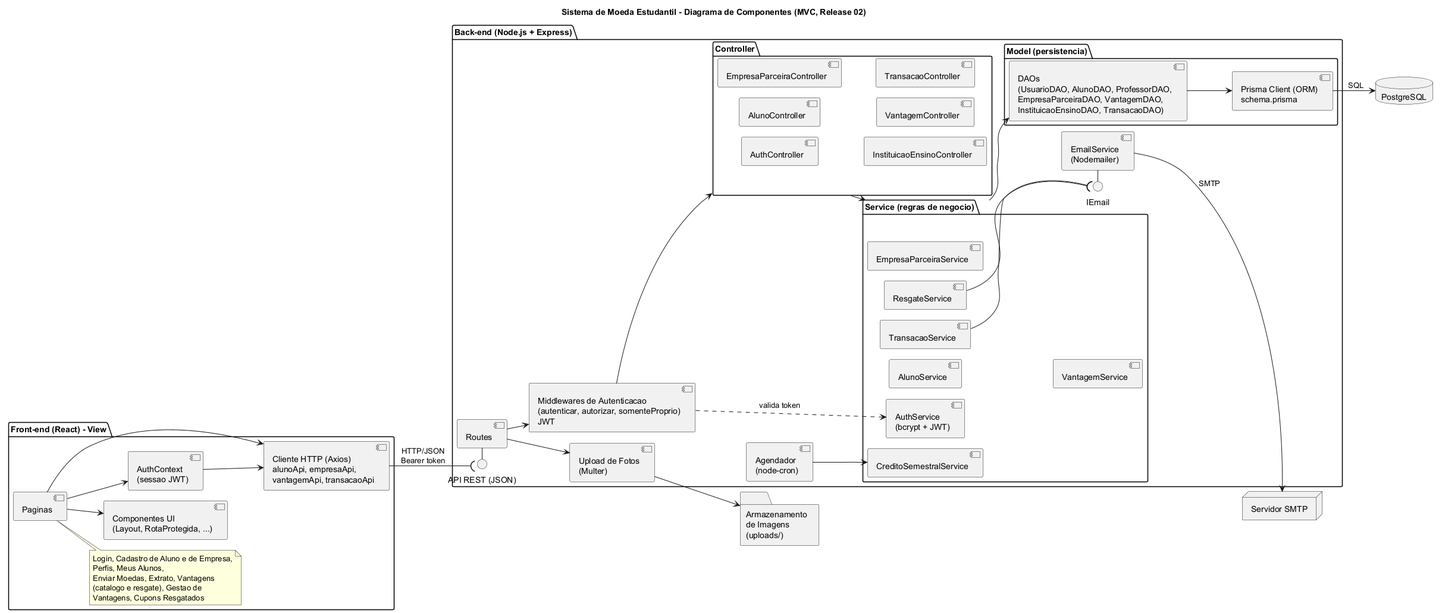
This is docs/diagramas/componentes/diagrama-de-componentes.png from natadias/moeda-estudantil, a PlantUML export, as it was before one commit.
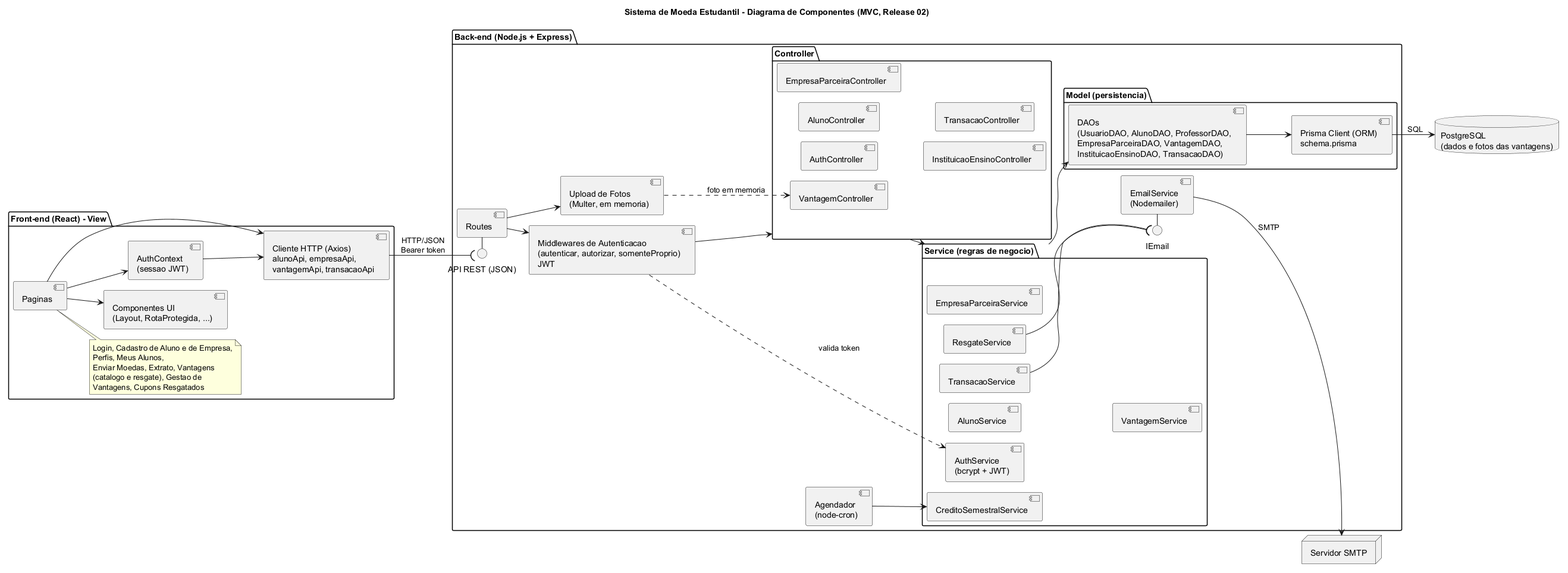
The same diagram one commit later.

Change to the diagram source:
```diff
@@ -54,7 +54,7 @@
 
   interface "IEmail" as IEmail
   [EmailService\n(Nodemailer)] as EmailSvc
-  [Upload de Fotos\n(Multer)] as Upload
+  [Upload de Fotos\n(Multer, em memoria)] as Upload
   [Agendador\n(node-cron)] as Cron
 
   IRest - Routes
@@ -70,12 +70,12 @@
   Cron --> [CreditoSemestralService]
 }
 
-database "PostgreSQL" as DB
+database "PostgreSQL\n(dados e fotos das vantagens)" as DB
 node "Servidor SMTP" as SMTP
-folder "Armazenamento\nde Imagens\n(uploads/)" as Storage
 
 Api --( IRest : HTTP/JSON\nBearer token
 Prisma --> DB : SQL
 EmailSvc --> SMTP : SMTP
-Upload --> Storage
+Upload ..> [VantagemController] : foto em memoria
+
 @enduml
```
